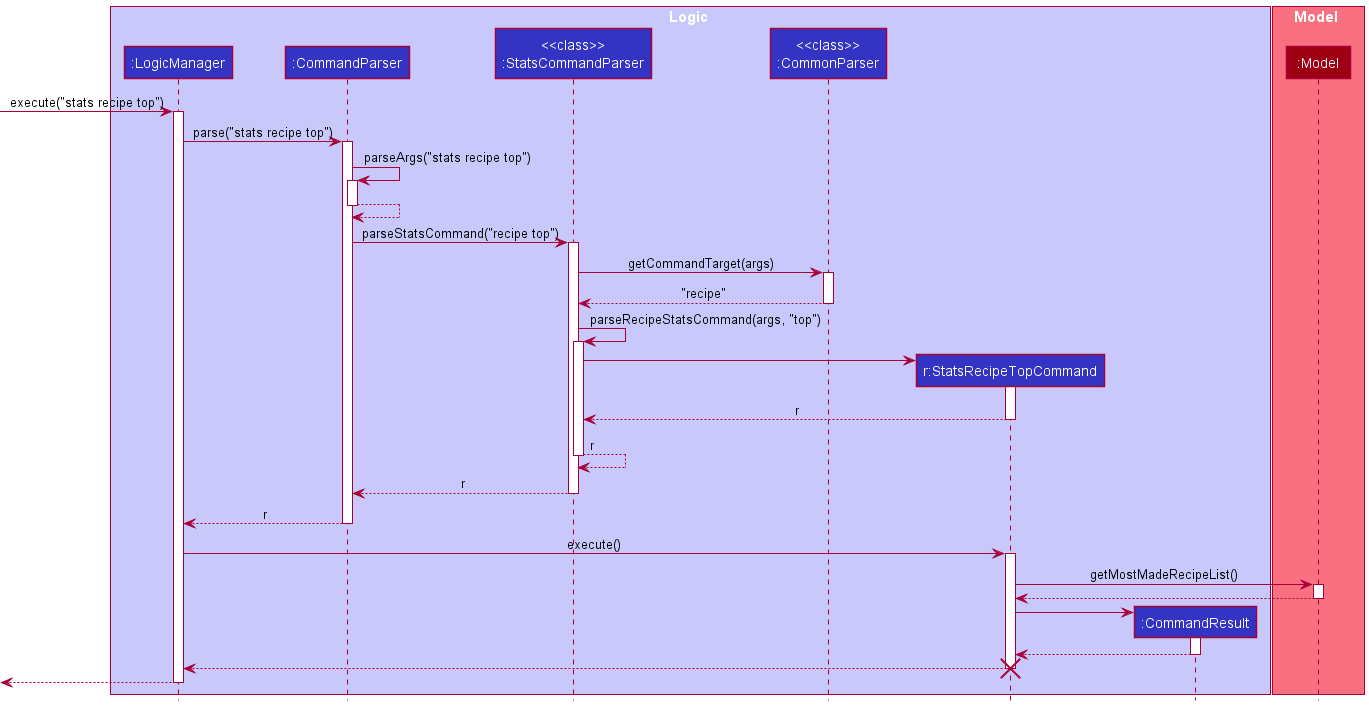
This is docs/images/dg/StatsRecipeTopSequenceDiagram.png from nus-cs2103-AY2021S1/tp, a PlantUML export, as it was before one commit. Source of this version:
```plantuml
@startuml
!include style.puml

box Logic LOGIC_COLOR_T1
participant ":LogicManager" as LogicManager LOGIC_COLOR
participant ":CommandParser" as CommandParser LOGIC_COLOR
participant "<<class>>\n:StatsCommandParser" as StatsCommandParser LOGIC_COLOR
participant "<<class>>\n:CommonParser" as CommonParser LOGIC_COLOR
participant "r:StatsRecipeTopCommand" as StatsRecipeTopCommand LOGIC_COLOR
participant ":CommandResult" as CommandResult LOGIC_COLOR
end box

box Model MODEL_COLOR_T1
participant ":Model" as Model MODEL_COLOR
end box

[-> LogicManager : execute("stats recipe top")
activate LogicManager

LogicManager -> CommandParser : parse("stats recipe top")
activate CommandParser

CommandParser -> CommandParser : parseArgs("stats recipe top")
activate CommandParser
CommandParser --> CommandParser
deactivate CommandParser

CommandParser -> StatsCommandParser : parseStatsCommand("recipe top")
activate StatsCommandParser

StatsCommandParser -> CommonParser : getCommandTarget(args)
activate CommonParser
CommonParser --> StatsCommandParser : "recipe"
deactivate CommonParser

StatsCommandParser -> StatsCommandParser : parseRecipeStatsCommand(args, "top")
activate StatsCommandParser

create StatsRecipeTopCommand
StatsCommandParser -> StatsRecipeTopCommand
activate StatsRecipeTopCommand

StatsRecipeTopCommand --> StatsCommandParser : r
deactivate StatsRecipeTopCommand

StatsCommandParser --> StatsCommandParser : r
deactivate StatsCommandParser

StatsCommandParser --> CommandParser : r
deactivate StatsCommandParser

CommandParser --> LogicManager : r
deactivate CommandParser

LogicManager -> StatsRecipeTopCommand : execute()
activate StatsRecipeTopCommand

StatsRecipeTopCommand -> Model : getMostMadeRecipeList()
activate Model

Model --> StatsRecipeTopCommand
deactivate Model

create CommandResult
StatsRecipeTopCommand -> CommandResult
activate CommandResult

CommandResult --> StatsRecipeTopCommand
deactivate CommandResult

StatsRecipeTopCommand --> LogicManager
deactivate StatsRecipeTopCommand
destroy StatsRecipeTopCommand

[<--LogicManager
deactivate LogicManager
@enduml
```
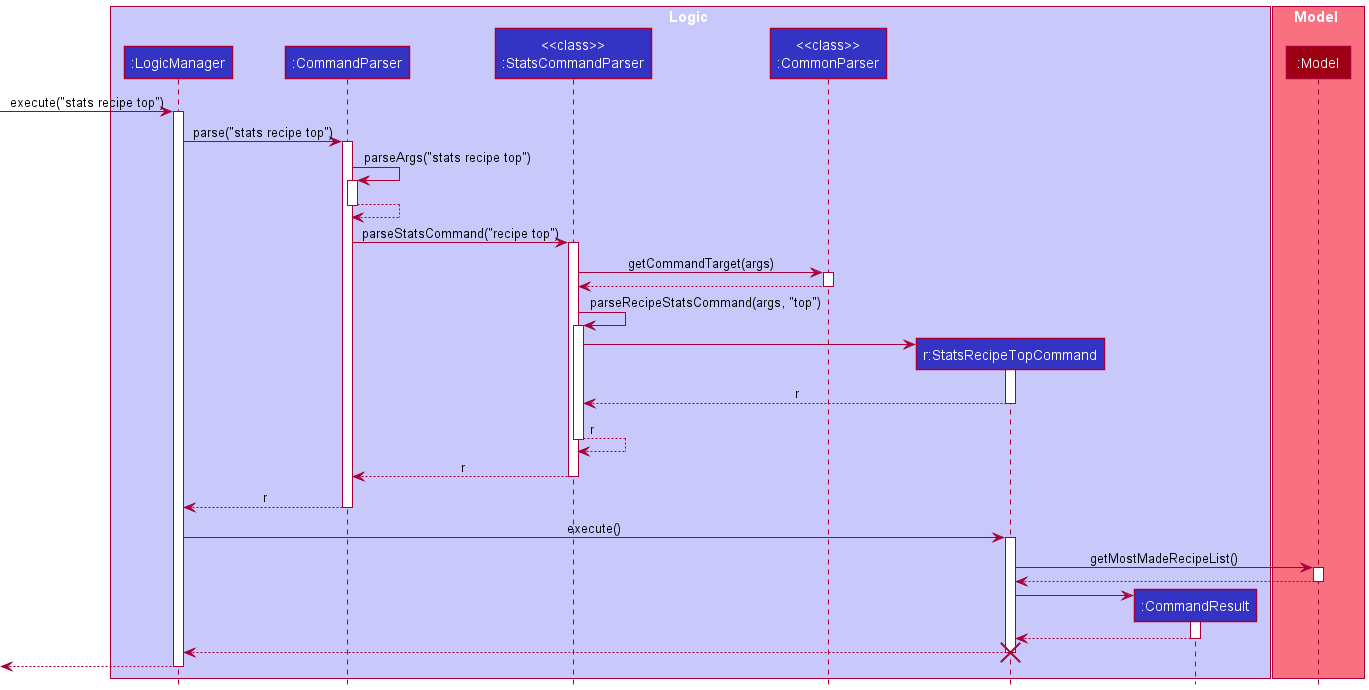
The same file after the commit.

Diff of the diagram source:
```diff
@@ -30,7 +30,7 @@
 
 StatsCommandParser -> CommonParser : getCommandTarget(args)
 activate CommonParser
-CommonParser --> StatsCommandParser : "recipe"
+CommonParser --> StatsCommandParser
 deactivate CommonParser
 
 StatsCommandParser -> StatsCommandParser : parseRecipeStatsCommand(args, "top")
```
